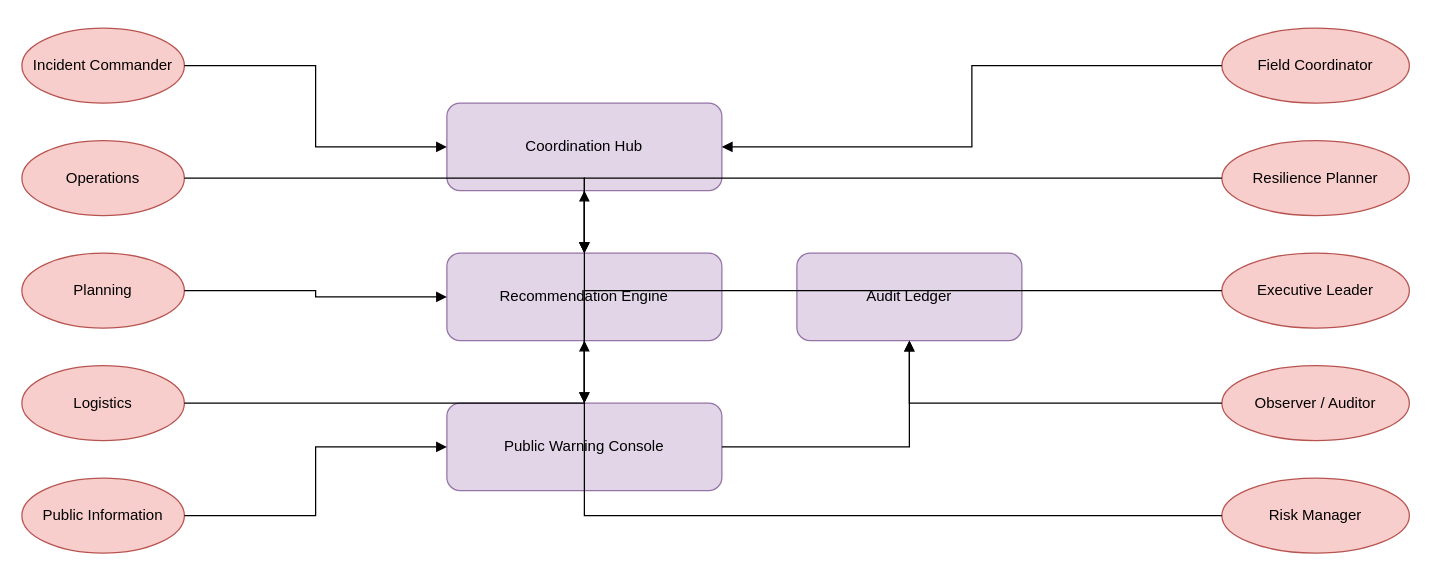
Above: docs/architecture/operational/aiims-system-context.drawio in johnbilliris/ama (draw.io), before the change. Source tidied: cells renumbered, new cells numbered last; positions are measured from the earlier drawing's top-left corner, leaving out a move shared by most shapes. Both pictures are drawn from the tidied source at 125%, with x=0, y=0 at pixel (21, 28).
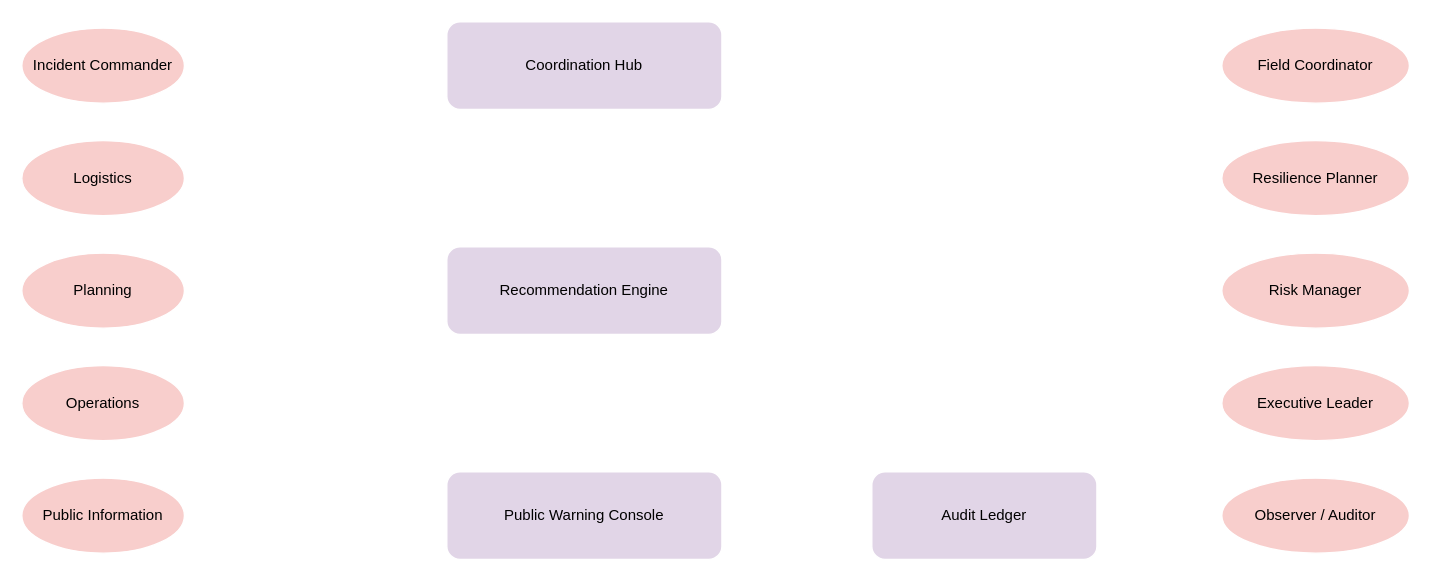
The same page after the edit.

Diff of the diagram source:
```diff
@@
-    <mxCell id="2" value="Incident Commander" style="ellipse;whiteSpace=wrap;html=1;fillColor=#f8cecc;strokeColor=#b85450;fontSize=12;" parent="1" vertex="1">
+    <mxCell id="2" value="Incident Commander" style="ellipse;whiteSpace=wrap;html=1;fillColor=#f8cecc;strokeColor=#FFFFFF;fontSize=12;" parent="1" vertex="1">
       <mxGeometry width="130" height="60" as="geometry" />
     </mxCell>
-    <mxCell id="3" value="Operations" style="ellipse;whiteSpace=wrap;html=1;fillColor=#f8cecc;strokeColor=#b85450;fontSize=12;" parent="1" vertex="1">
-      <mxGeometry y="90" width="130" height="60" as="geometry" />
+    <mxCell id="3" value="Operations" style="ellipse;whiteSpace=wrap;html=1;fillColor=#f8cecc;strokeColor=#FFFFFF;fontSize=12;" parent="1" vertex="1">
+      <mxGeometry y="270" width="130" height="60" as="geometry" />
     </mxCell>
-    <mxCell id="4" value="Planning" style="ellipse;whiteSpace=wrap;html=1;fillColor=#f8cecc;strokeColor=#b85450;fontSize=12;" parent="1" vertex="1">
+    <mxCell id="4" value="Planning" style="ellipse;whiteSpace=wrap;html=1;fillColor=#f8cecc;strokeColor=#FFFFFF;fontSize=12;" parent="1" vertex="1">
       <mxGeometry y="180" width="130" height="60" as="geometry" />
     </mxCell>
-    <mxCell id="5" value="Logistics" style="ellipse;whiteSpace=wrap;html=1;fillColor=#f8cecc;strokeColor=#b85450;fontSize=12;" parent="1" vertex="1">
-      <mxGeometry y="270" width="130" height="60" as="geometry" />
+    <mxCell id="5" value="Logistics" style="ellipse;whiteSpace=wrap;html=1;fillColor=#f8cecc;strokeColor=#FFFFFF;fontSize=12;" parent="1" vertex="1">
+      <mxGeometry y="90" width="130" height="60" as="geometry" />
     </mxCell>
-    <mxCell id="6" value="Public Information" style="ellipse;whiteSpace=wrap;html=1;fillColor=#f8cecc;strokeColor=#b85450;fontSize=12;" parent="1" vertex="1">
+    <mxCell id="6" value="Public Information" style="ellipse;whiteSpace=wrap;html=1;fillColor=#f8cecc;strokeColor=#FFFFFF;fontSize=12;" parent="1" vertex="1">
       <mxGeometry y="360" width="130" height="60" as="geometry" />
     </mxCell>
-    <mxCell id="7" value="Field Coordinator" style="ellipse;whiteSpace=wrap;html=1;fillColor=#f8cecc;strokeColor=#b85450;fontSize=12;" parent="1" vertex="1">
+    <mxCell id="7" value="Field Coordinator" style="ellipse;whiteSpace=wrap;html=1;fillColor=#f8cecc;strokeColor=#FFFFFF;fontSize=12;" parent="1" vertex="1">
       <mxGeometry x="960" width="150" height="60" as="geometry" />
     </mxCell>
-    <mxCell id="8" value="Resilience Planner" style="ellipse;whiteSpace=wrap;html=1;fillColor=#f8cecc;strokeColor=#b85450;fontSize=12;" parent="1" vertex="1">
+    <mxCell id="8" value="Resilience Planner" style="ellipse;whiteSpace=wrap;html=1;fillColor=#f8cecc;strokeColor=#FFFFFF;fontSize=12;" parent="1" vertex="1">
       <mxGeometry x="960" y="90" width="150" height="60" as="geometry" />
     </mxCell>
-    <mxCell id="9" value="Executive Leader" style="ellipse;whiteSpace=wrap;html=1;fillColor=#f8cecc;strokeColor=#b85450;fontSize=12;" parent="1" vertex="1">
-      <mxGeometry x="960" y="180" width="150" height="60" as="geometry" />
+    <mxCell id="9" value="Executive Leader" style="ellipse;whiteSpace=wrap;html=1;fillColor=#f8cecc;strokeColor=#FFFFFF;fontSize=12;" parent="1" vertex="1">
+      <mxGeometry x="960" y="270" width="150" height="60" as="geometry" />
     </mxCell>
-    <mxCell id="10" value="Observer / Auditor" style="ellipse;whiteSpace=wrap;html=1;fillColor=#f8cecc;strokeColor=#b85450;fontSize=12;" parent="1" vertex="1">
-      <mxGeometry x="960" y="270" width="150" height="60" as="geometry" />
+    <mxCell id="10" value="Observer / Auditor" style="ellipse;whiteSpace=wrap;html=1;fillColor=#f8cecc;strokeColor=#FFFFFF;fontSize=12;" parent="1" vertex="1">
+      <mxGeometry x="960" y="360" width="150" height="60" as="geometry" />
     </mxCell>
-    <mxCell id="11" value="Risk Manager" style="ellipse;whiteSpace=wrap;html=1;fillColor=#f8cecc;strokeColor=#b85450;fontSize=12;" parent="1" vertex="1">
-      <mxGeometry x="960" y="360" width="150" height="60" as="geometry" />
+    <mxCell id="11" value="Risk Manager" style="ellipse;whiteSpace=wrap;html=1;fillColor=#f8cecc;strokeColor=#FFFFFF;fontSize=12;" parent="1" vertex="1">
+      <mxGeometry x="960" y="180" width="150" height="60" as="geometry" />
     </mxCell>
-    <mxCell id="12" value="Coordination Hub" style="rounded=1;whiteSpace=wrap;html=1;fillColor=#e1d5e7;strokeColor=#9673a6;fontSize=12;" parent="1" vertex="1">
-      <mxGeometry x="340" y="60" width="220" height="70" as="geometry" />
+    <mxCell id="12" value="Coordination Hub" style="rounded=1;whiteSpace=wrap;html=1;fillColor=#e1d5e7;strokeColor=#FFFFFF;fontSize=12;" parent="1" vertex="1">
+      <mxGeometry x="340" y="-5" width="220" height="70" as="geometry" />
     </mxCell>
-    <mxCell id="13" value="Recommendation Engine" style="rounded=1;whiteSpace=wrap;html=1;fillColor=#e1d5e7;strokeColor=#9673a6;fontSize=12;" parent="1" vertex="1">
-      <mxGeometry x="340" y="180" width="220" height="70" as="geometry" />
+    <mxCell id="13" value="Recommendation Engine" style="rounded=1;whiteSpace=wrap;html=1;fillColor=#e1d5e7;strokeColor=#FFFFFF;fontSize=12;" parent="1" vertex="1">
+      <mxGeometry x="340" y="175" width="220" height="70" as="geometry" />
     </mxCell>
-    <mxCell id="14" value="Public Warning Console" style="rounded=1;whiteSpace=wrap;html=1;fillColor=#e1d5e7;strokeColor=#9673a6;fontSize=12;" parent="1" vertex="1">
-      <mxGeometry x="340" y="300" width="220" height="70" as="geometry" />
+    <mxCell id="14" value="Public Warning Console" style="rounded=1;whiteSpace=wrap;html=1;fillColor=#e1d5e7;strokeColor=#FFFFFF;fontSize=12;" parent="1" vertex="1">
+      <mxGeometry x="340" y="355" width="220" height="70" as="geometry" />
     </mxCell>
-    <mxCell id="15" value="Audit Ledger" style="rounded=1;whiteSpace=wrap;html=1;fillColor=#e1d5e7;strokeColor=#9673a6;fontSize=12;" parent="1" vertex="1">
-      <mxGeometry x="620" y="180" width="180" height="70" as="geometry" />
+    <mxCell id="15" value="Audit Ledger" style="rounded=1;whiteSpace=wrap;html=1;fillColor=#e1d5e7;strokeColor=#FFFFFF;fontSize=12;" parent="1" vertex="1">
+      <mxGeometry x="680" y="355" width="180" height="70" as="geometry" />
     </mxCell>
-    <mxCell id="16" style="edgeStyle=orthogonalEdgeStyle;rounded=0;jettySize=auto;html=1;endArrow=block;endFill=1;" parent="1" edge="1" source="2" target="12">
+    <mxCell id="16" style="edgeStyle=orthogonalEdgeStyle;rounded=0;jettySize=auto;html=1;endArrow=block;endFill=1;strokeColor=#FFFFFF;" parent="1" edge="1" source="2" target="12">
       <mxGeometry relative="1" as="geometry" />
     </mxCell>
-    <mxCell id="17" style="edgeStyle=orthogonalEdgeStyle;rounded=0;jettySize=auto;html=1;endArrow=block;endFill=1;" parent="1" edge="1" source="3" target="13">
-      <mxGeometry relative="1" as="geometry" />
+    <mxCell id="17" style="edgeStyle=orthogonalEdgeStyle;rounded=0;jettySize=auto;html=1;endArrow=block;endFill=1;jumpStyle=arc;jumpSize=10;exitX=1;exitY=0.5;exitDx=0;exitDy=0;strokeColor=#FFFFFF;" parent="1" edge="1" source="3">
+      <mxGeometry relative="1" as="geometry">
+        <mxPoint x="340" y="220" as="targetPoint" />
+        <Array as="points">
+          <mxPoint x="260" y="300" />
+          <mxPoint x="260" y="220" />
+        </Array>
+      </mxGeometry>
     </mxCell>
-    <mxCell id="18" style="edgeStyle=orthogonalEdgeStyle;rounded=0;jettySize=auto;html=1;endArrow=block;endFill=1;" parent="1" edge="1" source="4" target="13">
+    <mxCell id="18" style="edgeStyle=orthogonalEdgeStyle;rounded=0;jettySize=auto;html=1;endArrow=block;endFill=1;strokeColor=#FFFFFF;" parent="1" edge="1" source="4" target="13">
       <mxGeometry relative="1" as="geometry" />
     </mxCell>
-    <mxCell id="19" style="edgeStyle=orthogonalEdgeStyle;rounded=0;jettySize=auto;html=1;endArrow=block;endFill=1;" parent="1" edge="1" source="5" target="12">
-      <mxGeometry relative="1" as="geometry" />
+    <mxCell id="19" style="edgeStyle=orthogonalEdgeStyle;rounded=0;jettySize=auto;html=1;endArrow=block;endFill=1;entryX=0;entryY=0.75;entryDx=0;entryDy=0;jumpStyle=arc;jumpSize=10;strokeColor=#FFFFFF;" parent="1" edge="1" source="5" target="12">
+      <mxGeometry relative="1" as="geometry">
+        <Array as="points">
+          <mxPoint x="260" y="120" />
+          <mxPoint x="260" y="47" />
+        </Array>
+      </mxGeometry>
     </mxCell>
-    <mxCell id="20" style="edgeStyle=orthogonalEdgeStyle;rounded=0;jettySize=auto;html=1;endArrow=block;endFill=1;" parent="1" edge="1" source="6" target="14">
+    <mxCell id="20" style="edgeStyle=orthogonalEdgeStyle;rounded=0;jettySize=auto;html=1;endArrow=block;endFill=1;strokeColor=#FFFFFF;" parent="1" edge="1" source="6" target="14">
       <mxGeometry relative="1" as="geometry" />
     </mxCell>
-    <mxCell id="21" style="edgeStyle=orthogonalEdgeStyle;rounded=0;jettySize=auto;html=1;endArrow=block;endFill=1;" parent="1" edge="1" source="7" target="12">
+    <mxCell id="21" style="edgeStyle=orthogonalEdgeStyle;rounded=0;jettySize=auto;html=1;endArrow=block;endFill=1;strokeColor=#FFFFFF;" parent="1" edge="1" source="7" target="12">
       <mxGeometry relative="1" as="geometry" />
     </mxCell>
-    <mxCell id="22" style="edgeStyle=orthogonalEdgeStyle;rounded=0;jettySize=auto;html=1;endArrow=block;endFill=1;" parent="1" edge="1" source="8" target="13">
+    <mxCell id="22" style="edgeStyle=orthogonalEdgeStyle;rounded=0;jettySize=auto;html=1;endArrow=block;endFill=1;entryX=1.004;entryY=0.329;entryDx=0;entryDy=0;entryPerimeter=0;strokeColor=#FFFFFF;" parent="1" edge="1" source="8" target="13">
       <mxGeometry relative="1" as="geometry" />
     </mxCell>
-    <mxCell id="23" style="edgeStyle=orthogonalEdgeStyle;rounded=0;jettySize=auto;html=1;endArrow=block;endFill=1;" parent="1" edge="1" source="9" target="14">
-      <mxGeometry relative="1" as="geometry" />
+    <mxCell id="23" style="edgeStyle=orthogonalEdgeStyle;rounded=0;jettySize=auto;html=1;endArrow=block;endFill=1;entryX=1;entryY=0.25;entryDx=0;entryDy=0;exitX=0;exitY=0.5;exitDx=0;exitDy=0;strokeColor=#FFFFFF;" parent="1" edge="1" source="9" target="14">
+      <mxGeometry relative="1" as="geometry">
+        <Array as="points">
+          <mxPoint x="620" y="300" />
+          <mxPoint x="620" y="373" />
+        </Array>
+      </mxGeometry>
     </mxCell>
-    <mxCell id="24" style="edgeStyle=orthogonalEdgeStyle;rounded=0;jettySize=auto;html=1;endArrow=block;endFill=1;" parent="1" edge="1" source="10" target="15">
+    <mxCell id="24" style="edgeStyle=orthogonalEdgeStyle;rounded=0;jettySize=auto;html=1;endArrow=block;endFill=1;strokeColor=#FFFFFF;" parent="1" edge="1" source="10" target="15">
       <mxGeometry relative="1" as="geometry" />
     </mxCell>
-    <mxCell id="25" style="edgeStyle=orthogonalEdgeStyle;rounded=0;jettySize=auto;html=1;endArrow=block;endFill=1;" parent="1" edge="1" source="11" target="13">
+    <mxCell id="25" style="edgeStyle=orthogonalEdgeStyle;rounded=0;jettySize=auto;html=1;endArrow=block;endFill=1;entryX=1;entryY=0.5;entryDx=0;entryDy=0;strokeColor=#FFFFFF;" parent="1" edge="1" source="11" target="13">
       <mxGeometry relative="1" as="geometry" />
     </mxCell>
-    <mxCell id="26" style="edgeStyle=orthogonalEdgeStyle;rounded=0;jettySize=auto;html=1;endArrow=block;endFill=1;" parent="1" edge="1" source="12" target="13">
+    <mxCell id="26" style="edgeStyle=orthogonalEdgeStyle;rounded=0;jettySize=auto;html=1;endArrow=block;endFill=1;strokeColor=#FFFFFF;" parent="1" edge="1" source="12" target="13">
       <mxGeometry relative="1" as="geometry" />
     </mxCell>
-    <mxCell id="27" style="edgeStyle=orthogonalEdgeStyle;rounded=0;jettySize=auto;html=1;endArrow=block;endFill=1;" parent="1" edge="1" source="13" target="14">
+    <mxCell id="27" style="edgeStyle=orthogonalEdgeStyle;rounded=0;jettySize=auto;html=1;endArrow=block;endFill=1;strokeColor=#FFFFFF;" parent="1" edge="1" source="13" target="14">
       <mxGeometry relative="1" as="geometry" />
     </mxCell>
-    <mxCell id="28" style="edgeStyle=orthogonalEdgeStyle;rounded=0;jettySize=auto;html=1;endArrow=block;endFill=1;" parent="1" edge="1" source="14" target="15">
+    <mxCell id="28" style="edgeStyle=orthogonalEdgeStyle;rounded=0;jettySize=auto;html=1;endArrow=block;endFill=1;strokeColor=#FFFFFF;" parent="1" edge="1" source="14" target="15">
       <mxGeometry relative="1" as="geometry" />
     </mxCell>
```
